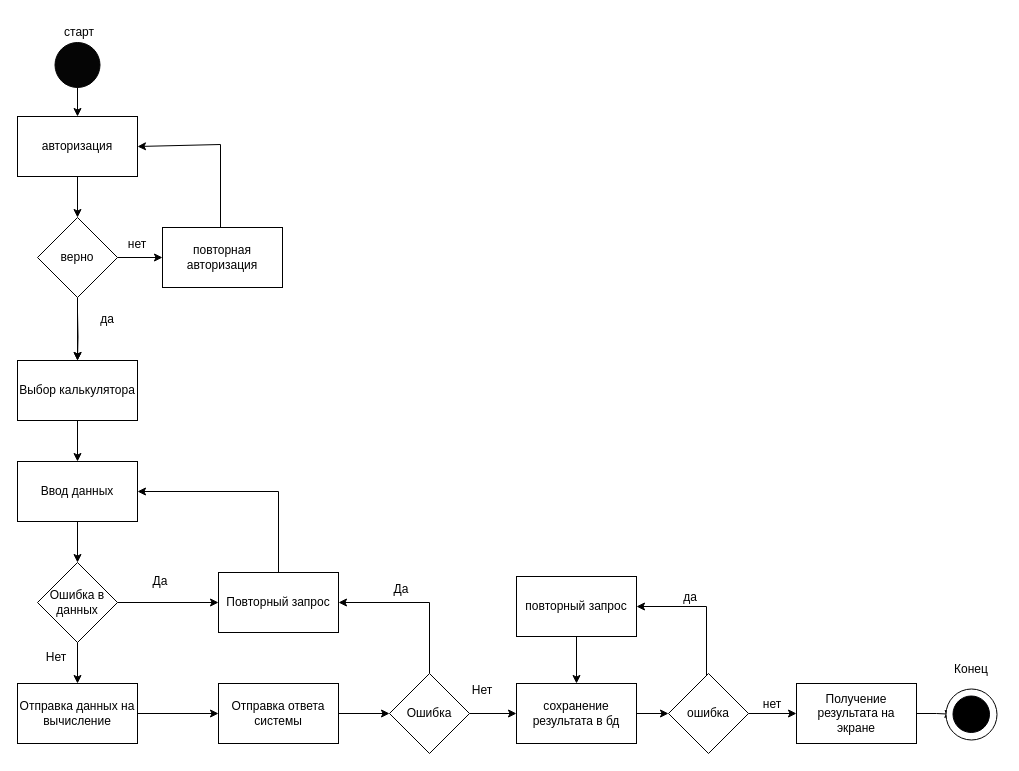
Above: pr2.drawio in Alexander-Bankov/draw (draw.io), before the change. Source tidied: cells renumbered, new cells numbered last; positions are measured from the earlier drawing's top-left corner, leaving out a move shared by most shapes. Both pictures are drawn from the tidied source at 100%, with x=0, y=0 at pixel (17, 17).
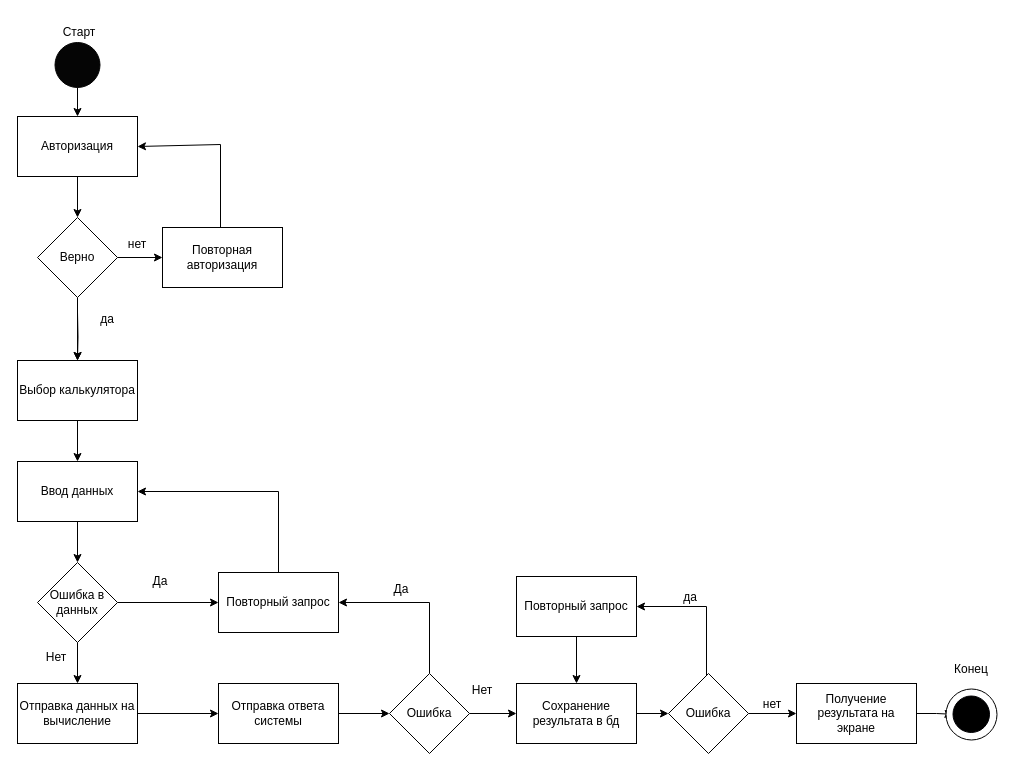
The same page after the edit.

The edit, as a diff of the source:
```diff
@@
-    <mxCell id="28" value="авторизация" style="rounded=0;whiteSpace=wrap;html=1;" parent="1" vertex="1">
+    <mxCell id="28" value="Авторизация" style="rounded=0;whiteSpace=wrap;html=1;" parent="1" vertex="1">
       <mxGeometry y="99" width="120" height="60" as="geometry" />
     </mxCell>
@@
-    <mxCell id="31" value="верно" style="rhombus;whiteSpace=wrap;html=1;" parent="1" vertex="1">
+    <mxCell id="31" value="Верно" style="rhombus;whiteSpace=wrap;html=1;" parent="1" vertex="1">
       <mxGeometry x="20" y="200" width="80" height="80" as="geometry" />
     </mxCell>
@@
-    <mxCell id="33" value="повторная авторизация" style="rounded=0;whiteSpace=wrap;html=1;" parent="1" vertex="1">
+    <mxCell id="33" value="Повторная авторизация" style="rounded=0;whiteSpace=wrap;html=1;" parent="1" vertex="1">
       <mxGeometry x="145" y="210" width="120" height="60" as="geometry" />
     </mxCell>
@@
-    <mxCell id="37" value="старт" style="text;html=1;align=center;verticalAlign=middle;whiteSpace=wrap;rounded=0;" parent="1" vertex="1">
+    <mxCell id="37" value="Старт" style="text;html=1;align=center;verticalAlign=middle;whiteSpace=wrap;rounded=0;" parent="1" vertex="1">
       <mxGeometry x="32" width="60" height="30" as="geometry" />
     </mxCell>
@@
-    <mxCell id="41" value="сохранение результата в бд" style="rounded=0;whiteSpace=wrap;html=1;" parent="1" vertex="1">
+    <mxCell id="41" value="Сохранение результата в бд" style="rounded=0;whiteSpace=wrap;html=1;" parent="1" vertex="1">
       <mxGeometry x="499" y="666" width="120" height="60" as="geometry" />
     </mxCell>
@@
-    <mxCell id="43" value="ошибка" style="rhombus;whiteSpace=wrap;html=1;" parent="1" vertex="1">
+    <mxCell id="43" value="Ошибка" style="rhombus;whiteSpace=wrap;html=1;" parent="1" vertex="1">
       <mxGeometry x="651" y="656" width="80" height="80" as="geometry" />
     </mxCell>
@@
-    <mxCell id="46" value="повторный запрос" style="rounded=0;whiteSpace=wrap;html=1;" parent="1" vertex="1">
+    <mxCell id="46" value="Повторный запрос" style="rounded=0;whiteSpace=wrap;html=1;" parent="1" vertex="1">
       <mxGeometry x="499" y="559" width="120" height="60" as="geometry" />
     </mxCell>
```
